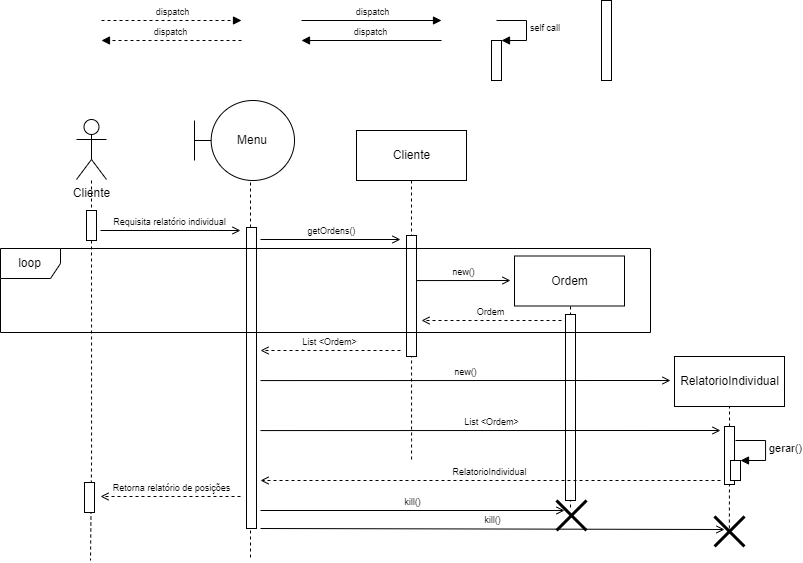
Before: MarketDiagramasDeSequencia/MarketSequencia06.drawio.png, a diagram exported from draw.io (EijiDogen/FEI_MDSMarket). Source tidied: cells renumbered, new cells last; positions are measured from the earlier drawing's top-left corner, leaving out a move shared by most shapes.
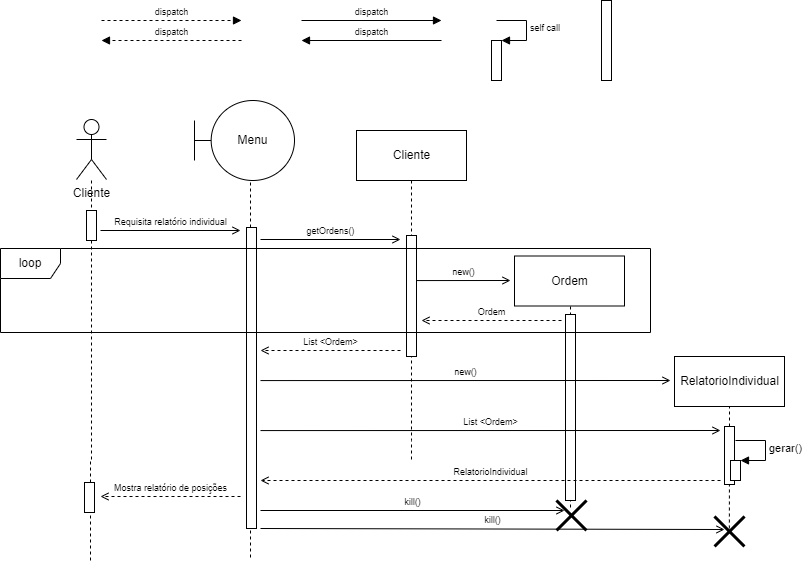
The same diagram one commit later.

Change to the diagram source:
```diff
@@ -196,7 +196,7 @@
         <mxPoint x="400" y="239" as="targetPoint" />
       </mxGeometry>
     </mxCell>
-    <mxCell id="41" value="Retorna relatório de posições" style="html=1;verticalAlign=bottom;endArrow=open;rounded=0;fontSize=9;dashed=1;endFill=0;" parent="23" edge="1">
+    <mxCell id="41" value="Mostra relatório de posições" style="html=1;verticalAlign=bottom;endArrow=open;rounded=0;fontSize=9;dashed=1;endFill=0;" parent="23" edge="1">
       <mxGeometry relative="1" as="geometry">
         <mxPoint x="240" y="496" as="sourcePoint" />
         <mxPoint x="100" y="496" as="targetPoint" />
```
